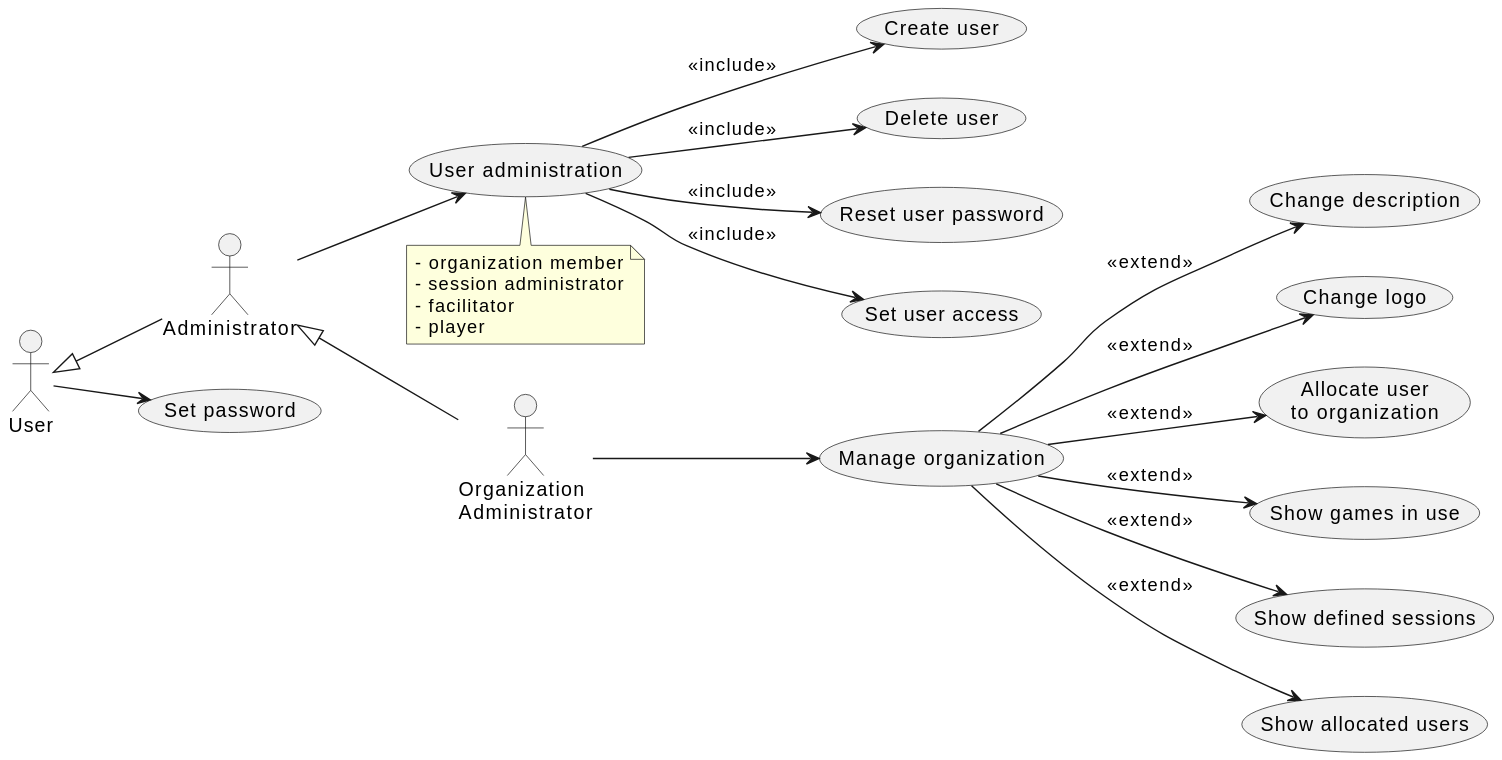
Before: doc/1-use-cases/diagrams/organization-administration.svg, a diagram exported from PlantUML (averbraeck/gscg-design).
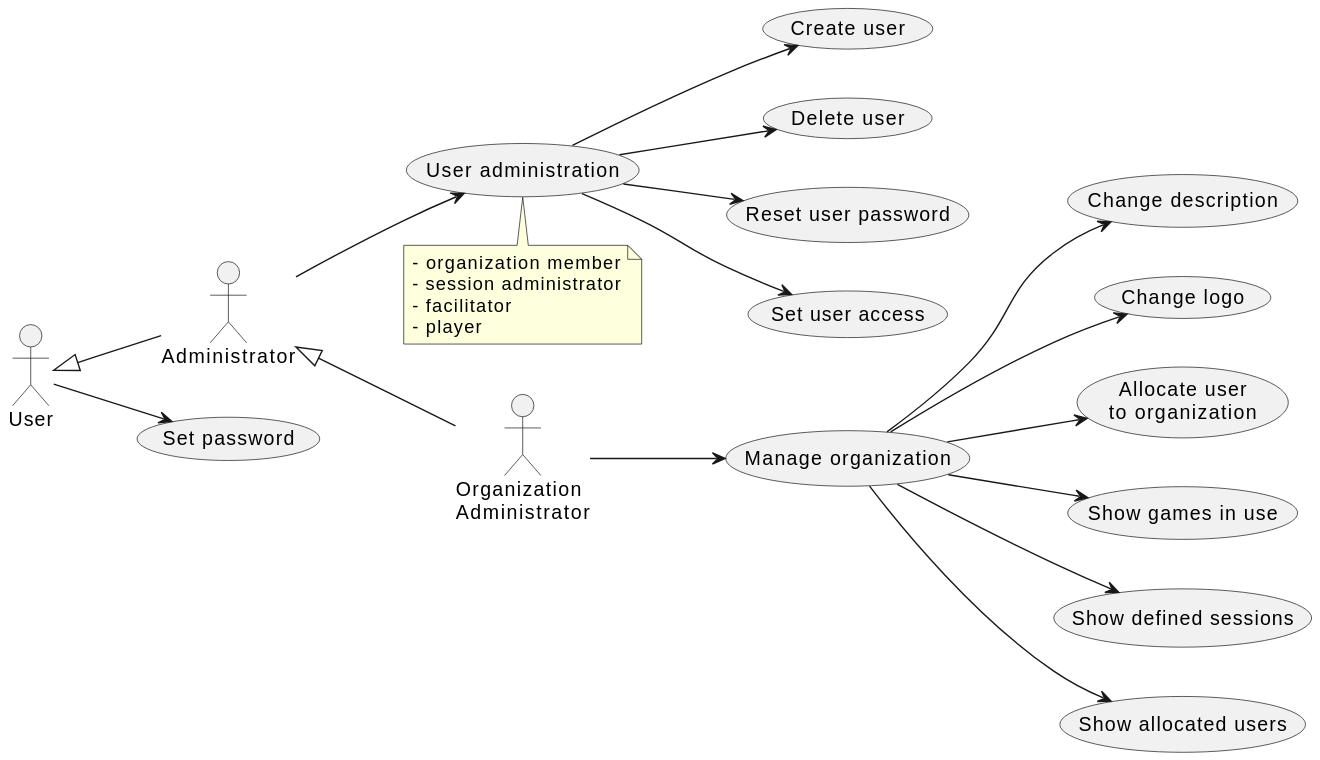
The same file after the commit.

Diff of the diagram source:
```diff
@@ -15,16 +15,16 @@
   - player
 end note
 
-(User administration) --> (Create user) : << include >>
-(User administration) --> (Delete user) : << include >>
-(User administration) --> (Reset user password) : << include >>
-(User administration) --> (Set user access) : << include >>
+(User administration) --> (Create user)
+(User administration) --> (Delete user)
+(User administration) --> (Reset user password)
+(User administration) --> (Set user access)
 
 OA --> (Manage organization)
-(Manage organization) --> (Change description) : << extend >>
-(Manage organization) --> (Change logo) : << extend >>
-(Manage organization) --> (Allocate user\nto organization) : << extend >>
-(Manage organization) --> (Show games in use) : << extend >>
-(Manage organization) --> (Show defined sessions) : << extend >>
-(Manage organization) --> (Show allocated users) : << extend >>
+(Manage organization) --> (Change description)
+(Manage organization) --> (Change logo)
+(Manage organization) --> (Allocate user\nto organization)
+(Manage organization) --> (Show games in use)
+(Manage organization) --> (Show defined sessions)
+(Manage organization) --> (Show allocated users)
 @enduml
```
